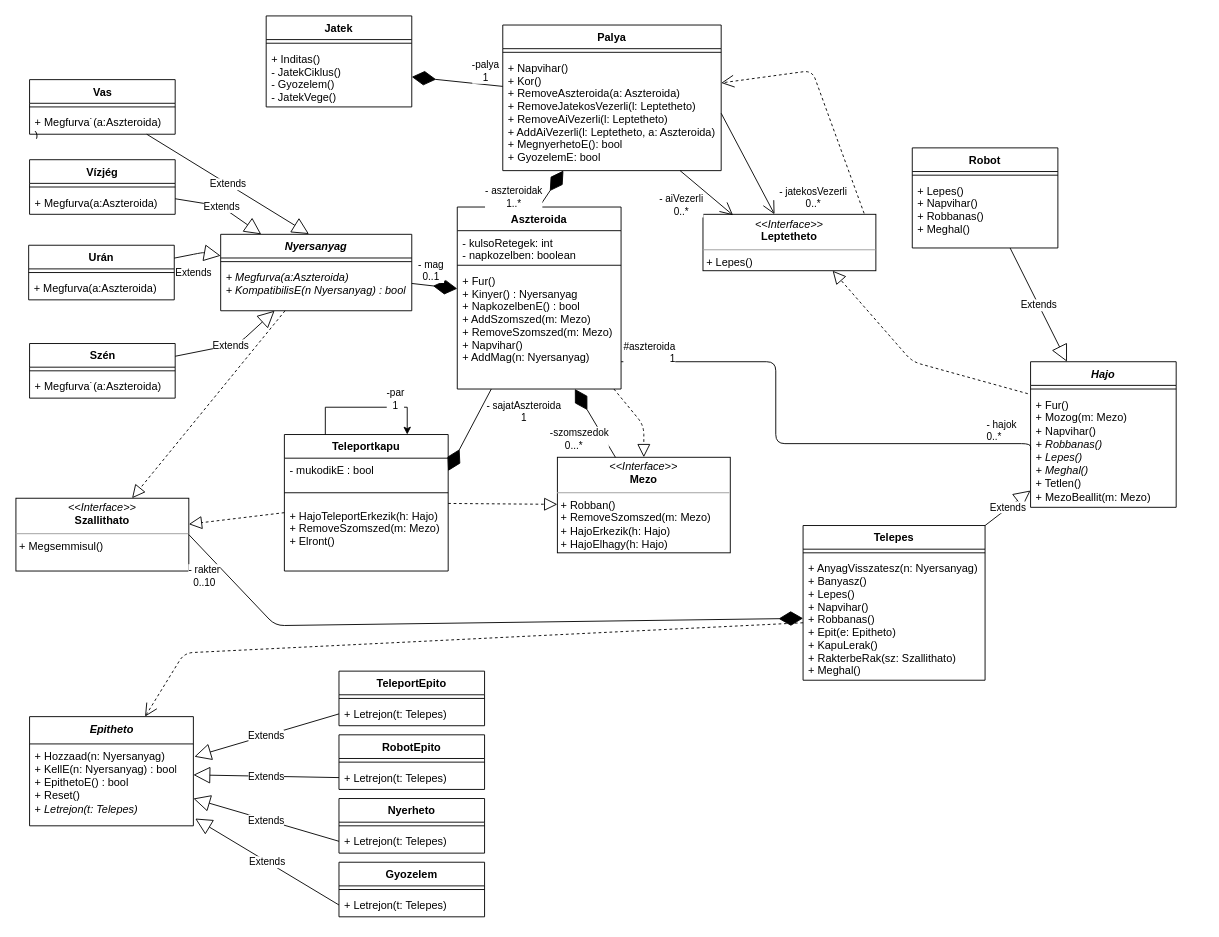
Above: doc/uml/class.drawio in torpeBoiGo/aszteroidabanyaszat (draw.io), before the change. Source tidied: cells renumbered, new cells numbered last; positions are measured from the earlier drawing's top-left corner, leaving out a move shared by most shapes. Both pictures are drawn from the tidied source at 91%, with x=0, y=0 at pixel (15, 15).
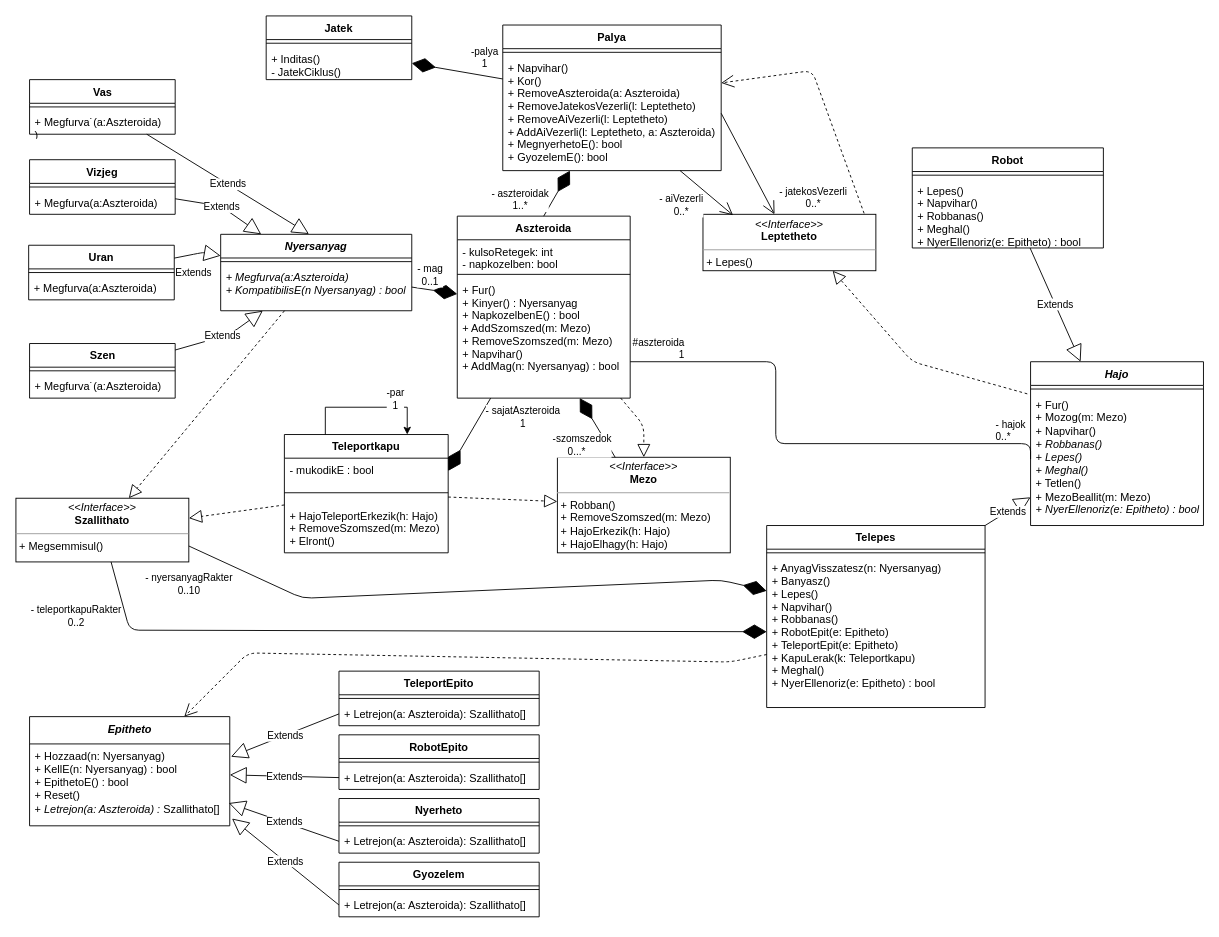
After the change.

Unchanged cells that the change refers to:
```xml
<mxCell id="5" value="Palya" style="swimlane;fontStyle=1;align=center;verticalAlign=top;horizontal=1;startSize=26;" parent="1" vertex="1">
  <mxGeometry x="535" y="10" width="240" height="160" as="geometry" />
</mxCell>
<mxCell id="22" value="Nyersanyag" style="swimlane;fontStyle=3;align=center;verticalAlign=top;horizontal=1;startSize=26;" parent="1" vertex="1">
  <mxGeometry x="225" y="240" width="210" height="84" as="geometry" />
</mxCell>
<mxCell id="51" style="endArrow=none;html=1;edgeStyle=orthogonalEdgeStyle;entryX=0;entryY=0.5;entryDx=0;entryDy=0;" parent="1" edge="1" source="9" target="21">
  <mxGeometry relative="1" as="geometry">
    <Array as="points">
      <mxPoint x="835" y="380" />
      <mxPoint x="835" y="470" />
      <mxPoint x="1115" y="470" />
    </Array>
  </mxGeometry>
</mxCell>
```

Diff of the diagram source:
```diff
@@
     <mxCell id="2" value="Jatek" style="swimlane;fontStyle=1;align=center;verticalAlign=top;horizontal=1;startSize=26;" parent="1" vertex="1">
-      <mxGeometry x="275" width="160" height="100" as="geometry" />
+      <mxGeometry x="275" width="160" height="70" as="geometry" />
     </mxCell>
@@
-    <mxCell id="4" value="+ Inditas()&#10;- JatekCiklus()&#10;- Gyozelem()&#10;- JatekVege()" style="text;strokeColor=none;fillColor=none;align=left;verticalAlign=top;spacingLeft=4;spacingRight=4;overflow=hidden;points=[[0,0.5],[1,0.5]];portConstraint=eastwest;" parent="2" vertex="1">
-      <mxGeometry y="34" width="160" height="66" as="geometry" />
+    <mxCell id="4" value="+ Inditas()&#10;- JatekCiklus()" style="text;strokeColor=none;fillColor=none;align=left;verticalAlign=top;spacingLeft=4;spacingRight=4;overflow=hidden;points=[[0,0.5],[1,0.5]];portConstraint=eastwest;" parent="2" vertex="1">
+      <mxGeometry y="34" width="160" height="36" as="geometry" />
     </mxCell>
@@
-    <mxCell id="7" value="+ Napvihar()&#10;+ Kor()&#10;+ RemoveAszteroida(a: Aszteroida)&#10;+ RemoveJatekosVezerli(l: Leptetheto)&#10;+ RemoveAiVezerli(l: Leptetheto)&#10;+ AddAiVezerli(l: Leptetheto, a: Aszteroida)&#10;+ MegnyerhetoE(): bool&#10;+ GyozelemE: bool&#10;" style="text;strokeColor=none;fillColor=none;align=left;verticalAlign=top;spacingLeft=4;spacingRight=4;overflow=hidden;points=[[0,0.5],[1,0.5]];portConstraint=eastwest;" parent="5" vertex="1">
+    <mxCell id="7" value="+ Napvihar()&#10;+ Kor()&#10;+ RemoveAszteroida(a: Aszteroida)&#10;+ RemoveJatekosVezerli(l: Leptetheto)&#10;+ RemoveAiVezerli(l: Leptetheto)&#10;+ AddAiVezerli(l: Leptetheto, a: Aszteroida)&#10;+ MegnyerhetoE(): bool&#10;+ GyozelemE(): bool&#10;" style="text;strokeColor=none;fillColor=none;align=left;verticalAlign=top;spacingLeft=4;spacingRight=4;overflow=hidden;points=[[0,0.5],[1,0.5]];portConstraint=eastwest;" parent="5" vertex="1">
       <mxGeometry y="34" width="240" height="126" as="geometry" />
     </mxCell>
@@
     <mxCell id="9" value="Aszteroida" style="swimlane;fontStyle=1;align=center;verticalAlign=top;horizontal=1;startSize=26;" parent="1" vertex="1">
-      <mxGeometry x="485" y="210" width="180" height="200" as="geometry" />
+      <mxGeometry x="485" y="220" width="190" height="200" as="geometry" />
     </mxCell>
-    <mxCell id="10" value="- kulsoRetegek: int&#10;- napkozelben: boolean" style="text;strokeColor=none;fillColor=none;align=left;verticalAlign=top;spacingLeft=4;spacingRight=4;overflow=hidden;" parent="9" vertex="1">
-      <mxGeometry y="26" width="180" height="34" as="geometry" />
+    <mxCell id="10" value="- kulsoRetegek: int&#10;- napkozelben: bool" style="text;strokeColor=none;fillColor=none;align=left;verticalAlign=top;spacingLeft=4;spacingRight=4;overflow=hidden;" parent="9" vertex="1">
+      <mxGeometry y="26" width="190" height="34" as="geometry" />
     </mxCell>
     <mxCell id="11" style="line;strokeWidth=1;fillColor=none;align=left;verticalAlign=middle;spacingTop=-1;spacingLeft=3;spacingRight=3;labelPosition=right;" parent="9" vertex="1">
-      <mxGeometry y="60" width="180" height="8" as="geometry" />
+      <mxGeometry y="60" width="190" height="8" as="geometry" />
     </mxCell>
-    <mxCell id="12" value="+ Fur()&#10;+ Kinyer() : Nyersanyag&#10;+ NapkozelbenE() : bool&#10;+ AddSzomszed(m: Mezo)&#10;+ RemoveSzomszed(m: Mezo)&#10;+ Napvihar()&#10;+ AddMag(n: Nyersanyag)" style="text;strokeColor=none;fillColor=none;align=left;verticalAlign=top;spacingLeft=4;spacingRight=4;overflow=hidden;points=[[0,0.5],[1,0.5]];portConstraint=eastwest;" parent="9" vertex="1">
-      <mxGeometry y="68" width="180" height="132" as="geometry" />
+    <mxCell id="12" value="+ Fur()&#10;+ Kinyer() : Nyersanyag&#10;+ NapkozelbenE() : bool&#10;+ AddSzomszed(m: Mezo)&#10;+ RemoveSzomszed(m: Mezo)&#10;+ Napvihar()&#10;+ AddMag(n: Nyersanyag) : bool" style="text;strokeColor=none;fillColor=none;align=left;verticalAlign=top;spacingLeft=4;spacingRight=4;overflow=hidden;points=[[0,0.5],[1,0.5]];portConstraint=eastwest;" parent="9" vertex="1">
+      <mxGeometry y="68" width="190" height="132" as="geometry" />
     </mxCell>
     <mxCell id="13" value="Robot" style="swimlane;fontStyle=1;align=center;verticalAlign=top;horizontal=1;startSize=26;" parent="1" vertex="1">
-      <mxGeometry x="985" y="145" width="160" height="110" as="geometry" />
+      <mxGeometry x="985" y="145" width="210" height="110" as="geometry" />
     </mxCell>
     <mxCell id="14" style="line;strokeWidth=1;fillColor=none;align=left;verticalAlign=middle;spacingTop=-1;spacingLeft=3;spacingRight=3;labelPosition=right;" parent="13" vertex="1">
-      <mxGeometry y="26" width="160" height="8" as="geometry" />
+      <mxGeometry y="26" width="210" height="8" as="geometry" />
     </mxCell>
-    <mxCell id="15" value="+ Lepes()&#10;+ Napvihar()&#10;+ Robbanas()&#10;+ Meghal()" style="text;strokeColor=none;fillColor=none;align=left;verticalAlign=top;spacingLeft=4;spacingRight=4;overflow=hidden;" parent="13" vertex="1">
-      <mxGeometry y="34" width="160" height="76" as="geometry" />
+    <mxCell id="15" value="+ Lepes()&#10;+ Napvihar()&#10;+ Robbanas()&#10;+ Meghal()&#10;+ NyerEllenoriz(e: Epitheto) : bool" style="text;strokeColor=none;fillColor=none;align=left;verticalAlign=top;spacingLeft=4;spacingRight=4;overflow=hidden;fontStyle=0;" parent="13" vertex="1">
+      <mxGeometry y="34" width="210" height="76" as="geometry" />
     </mxCell>
     <mxCell id="16" value="Telepes" style="swimlane;fontStyle=1;align=center;verticalAlign=top;horizontal=1;startSize=26;" parent="1" vertex="1">
-      <mxGeometry x="865" y="560" width="200" height="170" as="geometry" />
+      <mxGeometry x="825" y="560" width="240" height="200" as="geometry" />
     </mxCell>
     <mxCell id="17" style="line;strokeWidth=1;fillColor=none;align=left;verticalAlign=middle;spacingTop=-1;spacingLeft=3;spacingRight=3;labelPosition=right;" parent="16" vertex="1">
-      <mxGeometry y="26" width="200" height="8" as="geometry" />
+      <mxGeometry y="26" width="240" height="8" as="geometry" />
     </mxCell>
-    <mxCell id="18" value="+ AnyagVisszatesz(n: Nyersanyag)&#10;+ Banyasz()&#10;+ Lepes()&#10;+ Napvihar()&#10;+ Robbanas()&#10;+ Epit(e: Epitheto)&#10;+ KapuLerak()&#10;+ RakterbeRak(sz: Szallithato)&#10;+ Meghal()" style="text;strokeColor=none;fillColor=none;align=left;verticalAlign=top;spacingLeft=4;spacingRight=4;overflow=hidden;points=[[0,0.5],[1,0.5]];portConstraint=eastwest;" parent="16" vertex="1">
-      <mxGeometry y="34" width="200" height="136" as="geometry" />
+    <mxCell id="18" value="+ AnyagVisszatesz(n: Nyersanyag)&#10;+ Banyasz()&#10;+ Lepes()&#10;+ Napvihar()&#10;+ Robbanas()&#10;+ RobotEpit(e: Epitheto)&#10;+ TeleportEpit(e: Epitheto)&#10;+ KapuLerak(k: Teleportkapu)&#10;+ Meghal()&#10;+ NyerEllenoriz(e: Epitheto) : bool" style="text;strokeColor=none;fillColor=none;align=left;verticalAlign=top;spacingLeft=4;spacingRight=4;overflow=hidden;points=[[0,0.5],[1,0.5]];portConstraint=eastwest;fontStyle=0;" parent="16" vertex="1">
+      <mxGeometry y="34" width="240" height="166" as="geometry" />
     </mxCell>
     <mxCell id="19" value="Hajo" style="swimlane;fontStyle=3;align=center;verticalAlign=top;horizontal=1;startSize=26;" parent="1" vertex="1">
-      <mxGeometry x="1115" y="380" width="160" height="160" as="geometry" />
+      <mxGeometry x="1115" y="380" width="190" height="180" as="geometry" />
     </mxCell>
     <mxCell id="20" style="line;strokeWidth=1;fillColor=none;align=left;verticalAlign=middle;spacingTop=-1;spacingLeft=3;spacingRight=3;labelPosition=right;" parent="19" vertex="1">
-      <mxGeometry y="26" width="160" height="8" as="geometry" />
+      <mxGeometry y="26" width="190" height="8" as="geometry" />
     </mxCell>
-    <mxCell id="21" value="+ Fur()&lt;br&gt;+ Mozog(m: Mezo)&lt;br&gt;+ Napvihar()&lt;br&gt;&lt;i&gt;+ Robbanas()&lt;br&gt;+ Lepes()&lt;br&gt;+ Meghal()&lt;/i&gt;&lt;br&gt;+ Tetlen()&lt;br&gt;+ MezoBeallit(m: Mezo)" style="text;strokeColor=none;fillColor=none;align=left;verticalAlign=top;spacingLeft=4;spacingRight=4;overflow=hidden;points=[[0,0.5],[1,0.5]];portConstraint=eastwest;fontStyle=0;html=1;" parent="19" vertex="1">
-      <mxGeometry y="34" width="160" height="126" as="geometry" />
+    <mxCell id="21" value="+ Fur()&lt;br&gt;+ Mozog(m: Mezo)&lt;br&gt;+ Napvihar()&lt;br&gt;&lt;i&gt;+ Robbanas()&lt;br&gt;+ Lepes()&lt;br&gt;+ Meghal()&lt;/i&gt;&lt;br&gt;+ Tetlen()&lt;br&gt;+ MezoBeallit(m: Mezo)&lt;br&gt;&lt;i&gt;+ NyerEllenoriz(e: Epitheto) : bool&lt;/i&gt;" style="text;strokeColor=none;fillColor=none;align=left;verticalAlign=top;spacingLeft=4;spacingRight=4;overflow=hidden;points=[[0,0.5],[1,0.5]];portConstraint=eastwest;fontStyle=0;html=1;" parent="19" vertex="1">
+      <mxGeometry y="34" width="190" height="146" as="geometry" />
     </mxCell>
@@
-    <mxCell id="25" value="Urán" style="swimlane;fontStyle=1;align=center;verticalAlign=top;horizontal=1;startSize=26;" parent="1" vertex="1">
+    <mxCell id="25" value="Uran" style="swimlane;fontStyle=1;align=center;verticalAlign=top;horizontal=1;startSize=26;" parent="1" vertex="1">
       <mxGeometry x="14" y="252" width="160" height="60" as="geometry" />
     </mxCell>
@@
     <mxCell id="28" value="Teleportkapu" style="swimlane;fontStyle=1;align=center;verticalAlign=top;horizontal=1;startSize=26;" parent="1" vertex="1">
-      <mxGeometry x="295" y="460" width="180" height="150" as="geometry" />
+      <mxGeometry x="295" y="460" width="180" height="130" as="geometry" />
     </mxCell>
@@
     <mxCell id="31" value="+ HajoTeleportErkezik(h: Hajo)&#10;+ RemoveSzomszed(m: Mezo)&#10;+ Elront()" style="text;strokeColor=none;fillColor=none;align=left;verticalAlign=top;spacingLeft=4;spacingRight=4;overflow=hidden;" parent="28" vertex="1">
-      <mxGeometry y="76" width="180" height="74" as="geometry" />
+      <mxGeometry y="76" width="180" height="54" as="geometry" />
     </mxCell>
@@
     <mxCell id="33" value="&lt;p style=&quot;margin: 0px ; margin-top: 4px ; text-align: center&quot;&gt;&lt;i&gt;&amp;lt;&amp;lt;Interface&amp;gt;&amp;gt;&lt;/i&gt;&lt;br&gt;&lt;b&gt;Szallithato&lt;/b&gt;&lt;/p&gt;&lt;hr size=&quot;1&quot;&gt;&lt;p style=&quot;margin: 0px ; margin-left: 4px&quot;&gt;&lt;/p&gt;&lt;p style=&quot;margin: 0px ; margin-left: 4px&quot;&gt;+ Megsemmisul()&lt;/p&gt;" style="verticalAlign=top;align=left;overflow=fill;fontSize=12;fontFamily=Helvetica;html=1;" parent="1" vertex="1">
-      <mxGeometry y="530" width="190" height="80" as="geometry" />
+      <mxGeometry y="530" width="190" height="70" as="geometry" />
     </mxCell>
@@
-    <mxCell id="39" style="endArrow=diamondThin;endFill=1;endSize=24;html=1;exitX=1;exitY=0.5;exitDx=0;exitDy=0;entryX=0;entryY=0.5;entryDx=0;entryDy=0;" parent="1" edge="1" source="33" target="18">
+    <mxCell id="39" style="endArrow=diamondThin;endFill=1;endSize=24;html=1;exitX=1;exitY=0.75;exitDx=0;exitDy=0;" parent="1" edge="1" source="33" target="16">
       <mxGeometry relative="1" as="geometry">
         <Array as="points">
-          <mxPoint x="285" y="670" />
+          <mxPoint x="315" y="640" />
+          <mxPoint x="775" y="620" />
         </Array>
       </mxGeometry>
     </mxCell>
-    <mxCell id="40" value="- rakter&lt;br&gt;0..10" style="edgeLabel;html=1;align=center;verticalAlign=middle;" parent="39" vertex="1">
+    <mxCell id="40" value="- nyersanyagRakter&lt;br&gt;0..10" style="edgeLabel;html=1;align=center;verticalAlign=middle;" parent="39" vertex="1">
       <mxGeometry x="0.89" y="-6" relative="1" as="geometry">
-        <mxPoint x="-619.1" y="-53.2" as="offset" />
+        <mxPoint x="-600" y="-5.2" as="offset" />
       </mxGeometry>
     </mxCell>
@@
     <mxCell id="53" value="#aszteroida&lt;br&gt;1" style="edgeLabel;html=1;align=right;verticalAlign=bottom;" parent="51" vertex="1">
       <mxGeometry x="1" relative="1" as="geometry">
-        <mxPoint x="-390" y="-92" as="offset" />
+        <mxPoint x="-380" y="-107" as="offset" />
       </mxGeometry>
     </mxCell>
-    <mxCell id="54" value="Szén" style="swimlane;fontStyle=1;align=center;verticalAlign=top;horizontal=1;startSize=26;html=1;" parent="1" vertex="1">
+    <mxCell id="54" value="Szen" style="swimlane;fontStyle=1;align=center;verticalAlign=top;horizontal=1;startSize=26;html=1;" parent="1" vertex="1">
       <mxGeometry x="15" y="360" width="160" height="60" as="geometry" />
     </mxCell>
@@
     <mxCell id="59" value="Epitheto" style="swimlane;fontStyle=3;align=center;verticalAlign=top;horizontal=1;startSize=30;html=1;" parent="1" vertex="1">
-      <mxGeometry x="15" y="770" width="180" height="120" as="geometry" />
+      <mxGeometry x="15" y="770" width="220" height="120" as="geometry" />
     </mxCell>
-    <mxCell id="60" value="+ Hozzaad(n: Nyersanyag)&lt;br&gt;+ KellE(n: Nyersanyag) : bool&lt;br&gt;+ EpithetoE() : bool&lt;br&gt;+ Reset()&lt;br&gt;+ &lt;i&gt;Letrejon(t: Telepes)&lt;/i&gt;" style="text;strokeColor=none;fillColor=none;align=left;verticalAlign=top;spacingLeft=4;spacingRight=4;overflow=hidden;points=[[0,0.5],[1,0.5]];portConstraint=eastwest;html=1;" parent="59" vertex="1">
-      <mxGeometry y="30" width="180" height="90" as="geometry" />
+    <mxCell id="60" value="+ Hozzaad(n: Nyersanyag)&lt;br&gt;+ KellE(n: Nyersanyag) : bool&lt;br&gt;+ EpithetoE() : bool&lt;br&gt;+ Reset()&lt;br&gt;+ &lt;i&gt;Letrejon(a: Aszteroida) :&amp;nbsp;&lt;/i&gt;Szallithato[]&amp;nbsp;" style="text;strokeColor=none;fillColor=none;align=left;verticalAlign=top;spacingLeft=4;spacingRight=4;overflow=hidden;points=[[0,0.5],[1,0.5]];portConstraint=eastwest;html=1;" parent="59" vertex="1">
+      <mxGeometry y="30" width="220" height="90" as="geometry" />
     </mxCell>
-    <mxCell id="61" value="Vízjég" style="swimlane;fontStyle=1;align=center;verticalAlign=top;horizontal=1;startSize=26;" parent="1" vertex="1">
+    <mxCell id="61" value="Vizjeg" style="swimlane;fontStyle=1;align=center;verticalAlign=top;horizontal=1;startSize=26;" parent="1" vertex="1">
       <mxGeometry x="15" y="158" width="160" height="60" as="geometry" />
     </mxCell>
@@
     <mxCell id="67" value="Extends" style="endArrow=block;endSize=16;endFill=0;html=1;" parent="1" edge="1" source="54" target="22">
       <mxGeometry relative="1" as="geometry">
         <Array as="points">
-          <mxPoint x="245" y="360" />
+          <mxPoint x="235" y="350" />
         </Array>
       </mxGeometry>
     </mxCell>
@@
     <mxCell id="73" value="TeleportEpito" style="swimlane;fontStyle=1;align=center;verticalAlign=top;horizontal=1;startSize=26;" parent="1" vertex="1">
-      <mxGeometry x="355" y="720" width="160" height="60" as="geometry" />
+      <mxGeometry x="355" y="720" width="220" height="60" as="geometry" />
     </mxCell>
     <mxCell id="74" style="line;strokeWidth=1;fillColor=none;align=left;verticalAlign=middle;spacingTop=-1;spacingLeft=3;spacingRight=3;labelPosition=right;" parent="73" vertex="1">
-      <mxGeometry y="26" width="160" height="8" as="geometry" />
+      <mxGeometry y="26" width="220" height="8" as="geometry" />
     </mxCell>
-    <mxCell id="75" value="+ Letrejon(t: Telepes)" style="text;strokeColor=none;fillColor=none;align=left;verticalAlign=top;spacingLeft=4;spacingRight=4;overflow=hidden;points=[[0,0.5],[1,0.5]];portConstraint=eastwest;" parent="73" vertex="1">
-      <mxGeometry y="34" width="160" height="26" as="geometry" />
+    <mxCell id="75" value="+ Letrejon(a: Aszteroida): Szallithato[]" style="text;strokeColor=none;fillColor=none;align=left;verticalAlign=top;spacingLeft=4;spacingRight=4;overflow=hidden;points=[[0,0.5],[1,0.5]];portConstraint=eastwest;" parent="73" vertex="1">
+      <mxGeometry y="34" width="220" height="26" as="geometry" />
     </mxCell>
     <mxCell id="76" value="RobotEpito" style="swimlane;fontStyle=1;align=center;verticalAlign=top;horizontal=1;startSize=26;" parent="1" vertex="1">
-      <mxGeometry x="355" y="790" width="160" height="60" as="geometry" />
+      <mxGeometry x="355" y="790" width="220" height="60" as="geometry" />
     </mxCell>
     <mxCell id="77" style="line;strokeWidth=1;fillColor=none;align=left;verticalAlign=middle;spacingTop=-1;spacingLeft=3;spacingRight=3;labelPosition=right;" parent="76" vertex="1">
-      <mxGeometry y="26" width="160" height="8" as="geometry" />
+      <mxGeometry y="26" width="220" height="8" as="geometry" />
     </mxCell>
-    <mxCell id="78" value="+ Letrejon(t: Telepes)" style="text;strokeColor=none;fillColor=none;align=left;verticalAlign=top;spacingLeft=4;spacingRight=4;overflow=hidden;points=[[0,0.5],[1,0.5]];portConstraint=eastwest;" parent="76" vertex="1">
-      <mxGeometry y="34" width="160" height="26" as="geometry" />
+    <mxCell id="78" value="+ Letrejon(a: Aszteroida): Szallithato[]" style="text;strokeColor=none;fillColor=none;align=left;verticalAlign=top;spacingLeft=4;spacingRight=4;overflow=hidden;points=[[0,0.5],[1,0.5]];portConstraint=eastwest;" parent="76" vertex="1">
+      <mxGeometry y="34" width="220" height="26" as="geometry" />
     </mxCell>
     <mxCell id="79" value="Gyozelem&#10;" style="swimlane;fontStyle=1;align=center;verticalAlign=top;horizontal=1;startSize=26;" parent="1" vertex="1">
-      <mxGeometry x="355" y="930" width="160" height="60" as="geometry" />
+      <mxGeometry x="355" y="930" width="220" height="60" as="geometry" />
     </mxCell>
     <mxCell id="80" style="line;strokeWidth=1;fillColor=none;align=left;verticalAlign=middle;spacingTop=-1;spacingLeft=3;spacingRight=3;labelPosition=right;" parent="79" vertex="1">
-      <mxGeometry y="26" width="160" height="8" as="geometry" />
+      <mxGeometry y="26" width="220" height="8" as="geometry" />
     </mxCell>
-    <mxCell id="81" value="+ Letrejon(t: Telepes)" style="text;strokeColor=none;fillColor=none;align=left;verticalAlign=top;spacingLeft=4;spacingRight=4;overflow=hidden;points=[[0,0.5],[1,0.5]];portConstraint=eastwest;" parent="79" vertex="1">
-      <mxGeometry y="34" width="160" height="26" as="geometry" />
+    <mxCell id="81" value="+ Letrejon(a: Aszteroida): Szallithato[]" style="text;strokeColor=none;fillColor=none;align=left;verticalAlign=top;spacingLeft=4;spacingRight=4;overflow=hidden;points=[[0,0.5],[1,0.5]];portConstraint=eastwest;" parent="79" vertex="1">
+      <mxGeometry y="34" width="220" height="26" as="geometry" />
     </mxCell>
     <mxCell id="82" value="Nyerheto" style="swimlane;fontStyle=1;align=center;verticalAlign=top;horizontal=1;startSize=26;" parent="1" vertex="1">
-      <mxGeometry x="355" y="860" width="160" height="60" as="geometry" />
+      <mxGeometry x="355" y="860" width="220" height="60" as="geometry" />
     </mxCell>
     <mxCell id="83" style="line;strokeWidth=1;fillColor=none;align=left;verticalAlign=middle;spacingTop=-1;spacingLeft=3;spacingRight=3;labelPosition=right;" parent="82" vertex="1">
-      <mxGeometry y="26" width="160" height="8" as="geometry" />
+      <mxGeometry y="26" width="220" height="8" as="geometry" />
     </mxCell>
-    <mxCell id="84" value="+ Letrejon(t: Telepes)" style="text;strokeColor=none;fillColor=none;align=left;verticalAlign=top;spacingLeft=4;spacingRight=4;overflow=hidden;points=[[0,0.5],[1,0.5]];portConstraint=eastwest;" parent="82" vertex="1">
-      <mxGeometry y="34" width="160" height="26" as="geometry" />
+    <mxCell id="84" value="+ Letrejon(a: Aszteroida): Szallithato[]" style="text;strokeColor=none;fillColor=none;align=left;verticalAlign=top;spacingLeft=4;spacingRight=4;overflow=hidden;points=[[0,0.5],[1,0.5]];portConstraint=eastwest;" parent="82" vertex="1">
+      <mxGeometry y="34" width="220" height="26" as="geometry" />
     </mxCell>
@@
-    <mxCell id="87" value="Extends" style="endArrow=block;endSize=16;endFill=0;html=1;entryX=1;entryY=0.378;entryDx=0;entryDy=0;entryPerimeter=0;exitX=0;exitY=0.5;exitDx=0;exitDy=0;" parent="1" edge="1" source="84">
-      <mxGeometry relative="1" as="geometry">
-        <mxPoint x="195" y="860" as="targetPoint" />
-      </mxGeometry>
+    <mxCell id="87" value="Extends" style="endArrow=block;endSize=16;endFill=0;html=1;entryX=0.995;entryY=0.722;entryDx=0;entryDy=0;entryPerimeter=0;exitX=0;exitY=0.5;exitDx=0;exitDy=0;" parent="1" edge="1" source="84" target="60">
+      <mxGeometry relative="1" as="geometry" />
     </mxCell>
@@
     <mxCell id="89" style="endArrow=open;html=1;strokeWidth=1;endSize=12;endFill=0;dashed=1;" parent="1" edge="1" source="18" target="59">
       <mxGeometry relative="1" as="geometry">
         <Array as="points">
-          <mxPoint x="185" y="700" />
+          <mxPoint x="785" y="710" />
+          <mxPoint x="255" y="700" />
         </Array>
       </mxGeometry>
     </mxCell>
@@
+    <mxCell id="95" style="endArrow=diamondThin;endFill=1;endSize=24;html=1;" parent="1" edge="1" source="33" target="18">
+      <mxGeometry relative="1" as="geometry">
+        <Array as="points">
+          <mxPoint x="125" y="675" />
+        </Array>
+      </mxGeometry>
+    </mxCell>
+    <mxCell id="96" value="- teleportkapuRakter&lt;br&gt;0..2" style="edgeLabel;html=1;align=center;verticalAlign=middle;" parent="95" vertex="1">
+      <mxGeometry x="0.89" y="-6" relative="1" as="geometry">
+        <mxPoint x="-716.7" y="-23.6" as="offset" />
+      </mxGeometry>
+    </mxCell>
```
